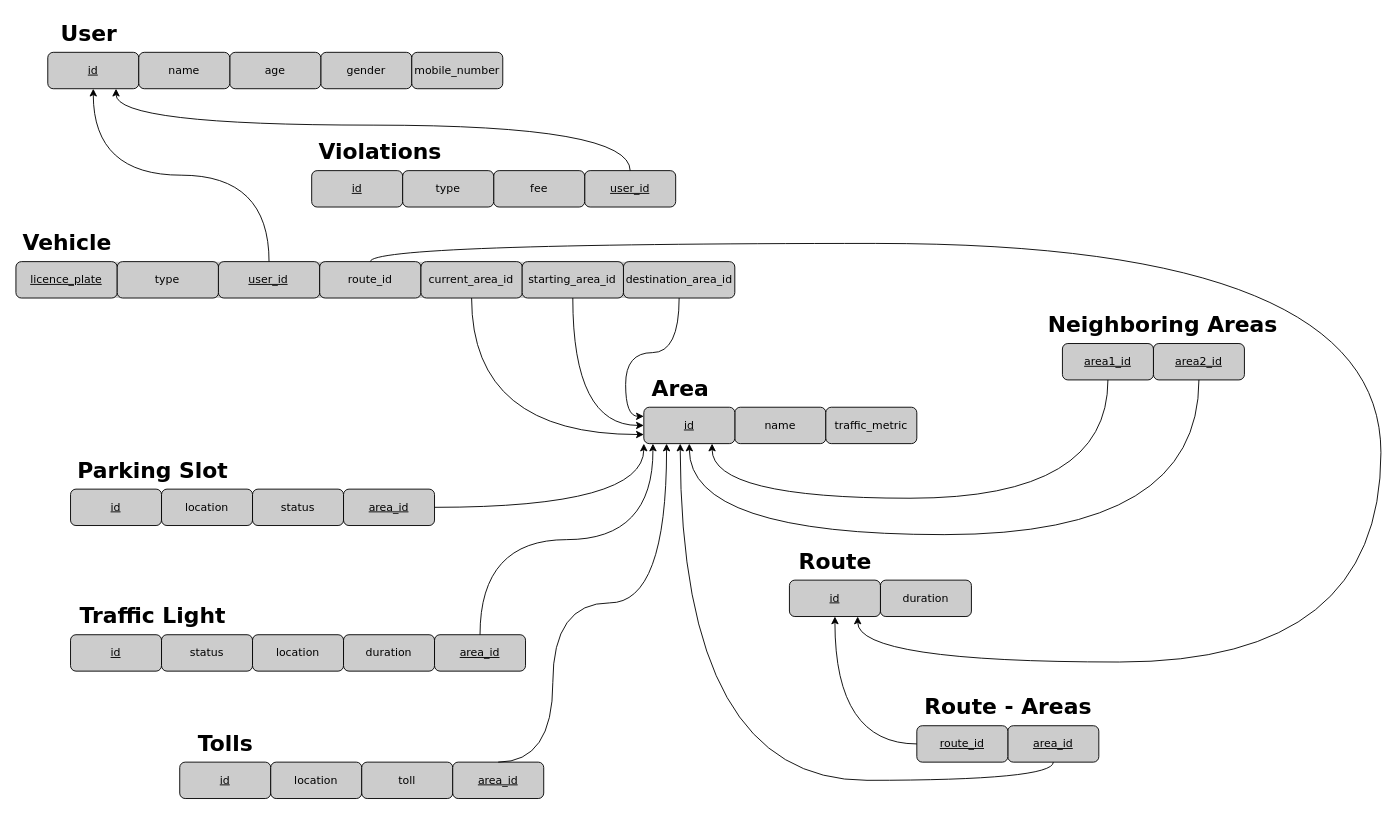
Earlier version of the draw.io diagram page "Relational Diagram" (2 of 8) of diagrams.drawio (georgegito/smart-traffic-management-db). Source tidied: cells renumbered, new cells numbered last; positions are measured from the earlier drawing's top-left corner, leaving out a move shared by most shapes. Both pictures are drawn from the tidied source at 91%, with x=0, y=0 at pixel (15, 15).
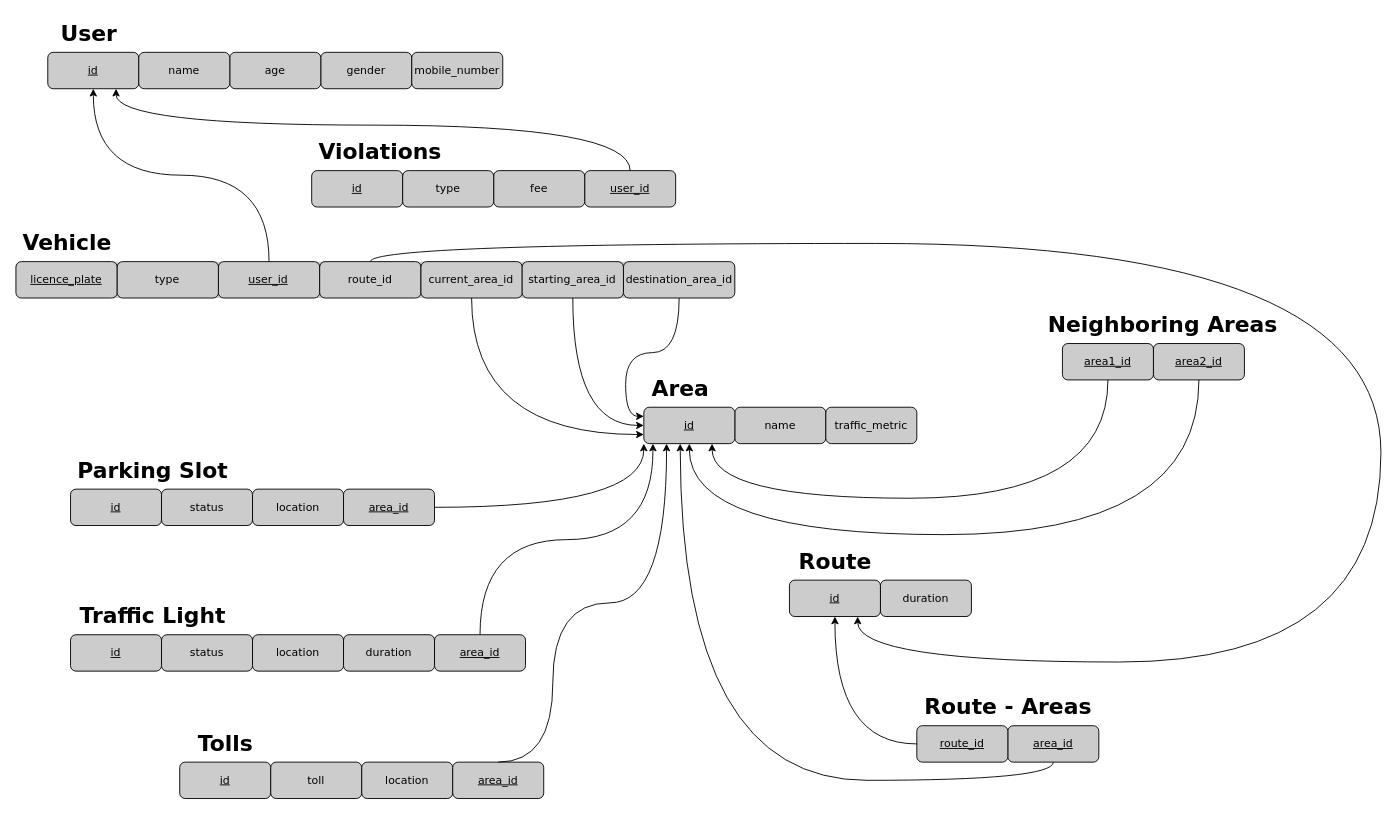
Above is the later version.

The change refers to these unchanged cells:
```xml
<mxCell id="30" style="group;rounded=1;fontFamily=Verdana;" parent="4" vertex="1">
  <mxGeometry x="60" y="480" width="400" height="80" as="geometry" />
</mxCell>
<mxCell id="73" style="group;rounded=1;fontFamily=Verdana;" parent="72" vertex="1">
  <mxGeometry width="400" height="80" as="geometry" />
</mxCell>
```

Change to the diagram source:
```diff
@@
-    <mxCell id="32" value="location" style="whiteSpace=wrap;html=1;align=center;rounded=1;fillColor=#CCCCCC;fontFamily=Verdana;" parent="30" vertex="1">
+    <mxCell id="32" value="status" style="whiteSpace=wrap;html=1;align=center;rounded=1;fillColor=#CCCCCC;fontFamily=Verdana;" parent="30" vertex="1">
       <mxGeometry x="100" y="40" width="100" height="40" as="geometry" />
     </mxCell>
-    <mxCell id="33" value="status" style="whiteSpace=wrap;html=1;align=center;rounded=1;fillColor=#CCCCCC;fontFamily=Verdana;" parent="30" vertex="1">
+    <mxCell id="33" value="location" style="whiteSpace=wrap;html=1;align=center;rounded=1;fillColor=#CCCCCC;fontFamily=Verdana;" parent="30" vertex="1">
       <mxGeometry x="200" y="40" width="100" height="40" as="geometry" />
     </mxCell>
@@
-    <mxCell id="75" value="location" style="whiteSpace=wrap;html=1;align=center;rounded=1;fillColor=#CCCCCC;fontFamily=Verdana;" parent="73" vertex="1">
+    <mxCell id="75" value="toll" style="whiteSpace=wrap;html=1;align=center;rounded=1;fillColor=#CCCCCC;fontFamily=Verdana;" parent="73" vertex="1">
       <mxGeometry x="100" y="40" width="100" height="40" as="geometry" />
     </mxCell>
-    <mxCell id="76" value="toll" style="whiteSpace=wrap;html=1;align=center;rounded=1;fillColor=#CCCCCC;fontFamily=Verdana;" parent="73" vertex="1">
+    <mxCell id="76" value="location" style="whiteSpace=wrap;html=1;align=center;rounded=1;fillColor=#CCCCCC;fontFamily=Verdana;" parent="73" vertex="1">
       <mxGeometry x="200" y="40" width="100" height="40" as="geometry" />
     </mxCell>
```
